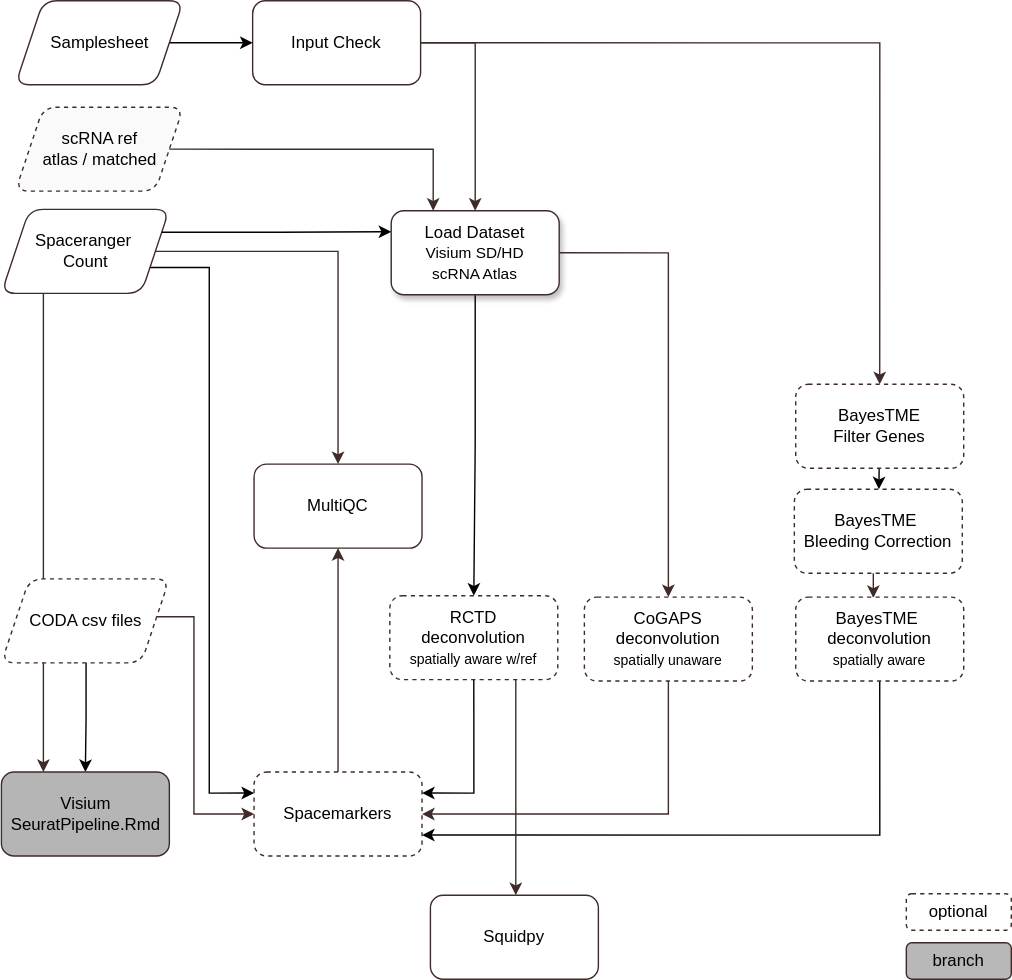
Above: assets/btc-visium.svg in break-through-cancer/btc-spatial-pipelines (draw.io), before the change. Source tidied: cells renumbered, new cells last; positions are measured from the earlier drawing's top-left corner, leaving out a move shared by most shapes.
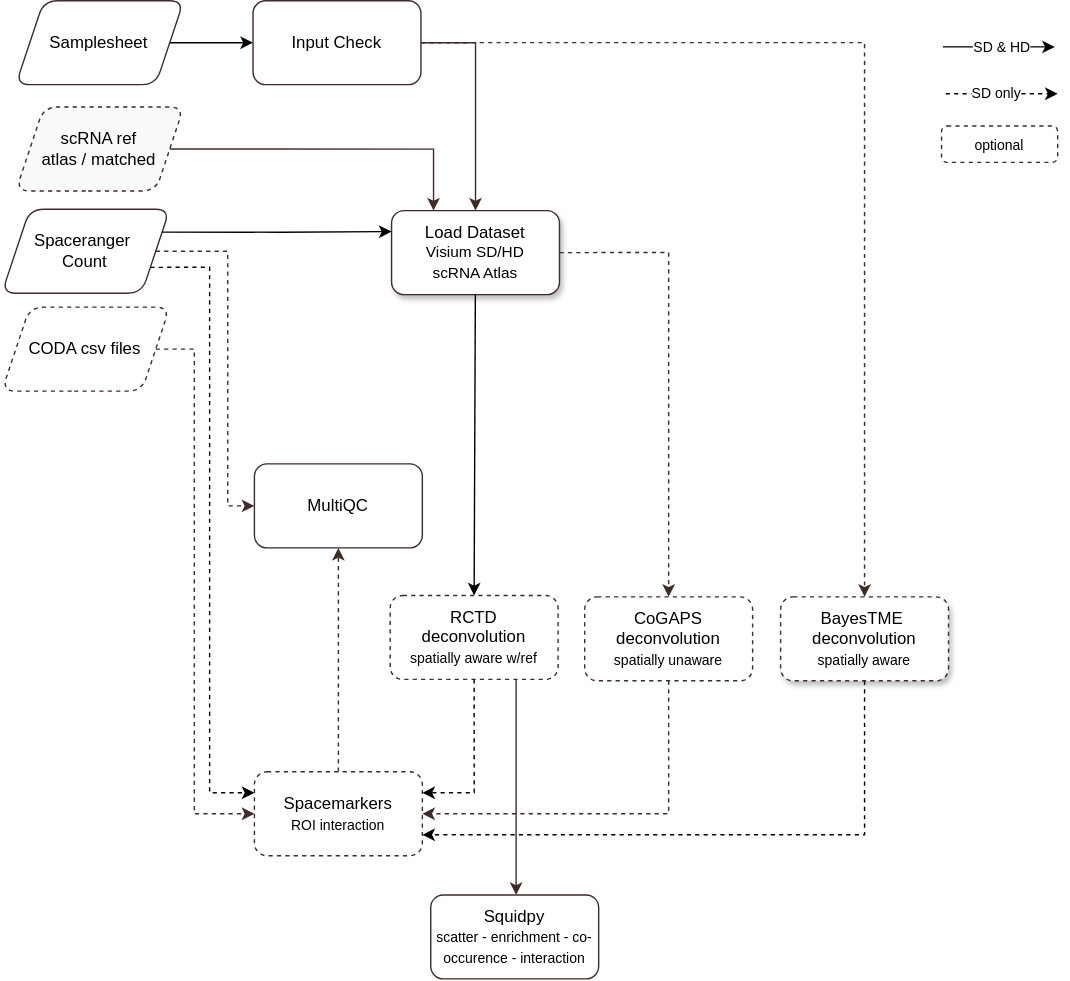
After the commit.

Diff of the diagram source:
```diff
@@ -2,17 +2,15 @@
   <root>
     <mxCell id="0" />
     <mxCell id="1" parent="0" />
-    <mxCell id="2" style="edgeStyle=orthogonalEdgeStyle;rounded=0;jettySize=auto;html=1;strokeColor=#3F2B29;exitX=0.25;exitY=1;exitDx=0;exitDy=0;entryX=0.25;entryY=0;entryDx=0;entryDy=0;" parent="1" edge="1" source="5" target="14">
-      <mxGeometry relative="1" as="geometry" />
-    </mxCell>
-    <mxCell id="3" style="edgeStyle=orthogonalEdgeStyle;rounded=0;jettySize=auto;html=1;strokeColor=#3F2B29;exitX=1;exitY=0.5;exitDx=0;exitDy=0;entryX=0.5;entryY=0;entryDx=0;entryDy=0;" parent="1" edge="1" source="5" target="19">
+    <mxCell id="3" style="edgeStyle=orthogonalEdgeStyle;rounded=0;jettySize=auto;html=1;strokeColor=#3F2B29;exitX=1;exitY=0.5;exitDx=0;exitDy=0;entryX=0;entryY=0.5;entryDx=0;entryDy=0;dashed=1;" parent="1" edge="1" source="5" target="19">
       <mxGeometry relative="1" as="geometry">
         <Array as="points">
-          <mxPoint x="241" y="179" />
+          <mxPoint x="162" y="179" />
+          <mxPoint x="162" y="361" />
         </Array>
       </mxGeometry>
     </mxCell>
-    <mxCell id="4" style="edgeStyle=orthogonalEdgeStyle;rounded=0;jettySize=auto;html=1;exitX=1;exitY=0.75;exitDx=0;exitDy=0;entryX=0;entryY=0.25;entryDx=0;entryDy=0;" parent="1" edge="1" source="5" target="23">
+    <mxCell id="4" style="edgeStyle=orthogonalEdgeStyle;rounded=0;jettySize=auto;html=1;exitX=1;exitY=0.75;exitDx=0;exitDy=0;entryX=0;entryY=0.25;entryDx=0;entryDy=0;dashed=1;" parent="1" edge="1" source="5" target="23">
       <mxGeometry relative="1" as="geometry">
         <Array as="points">
           <mxPoint x="149" y="191" />
@@ -29,45 +27,25 @@
     <mxCell id="7" value="Input Check" style="rounded=1;whiteSpace=wrap;html=1;strokeColor=#3F2B29;" parent="1" vertex="1">
       <mxGeometry x="180" width="120" height="60" as="geometry" />
     </mxCell>
-    <mxCell id="8" style="edgeStyle=orthogonalEdgeStyle;rounded=0;jettySize=auto;html=1;entryX=0.462;entryY=0.01;entryDx=0;entryDy=0;exitX=0.5;exitY=1;exitDx=0;exitDy=0;strokeColor=#3F2B29;entryPerimeter=0;" parent="1" edge="1" source="21" target="17">
-      <mxGeometry relative="1" as="geometry">
-        <Array as="points">
-          <mxPoint x="623" y="378" />
-        </Array>
-      </mxGeometry>
-    </mxCell>
-    <mxCell id="9" style="edgeStyle=none;html=1;" parent="1" edge="1" source="10" target="21">
-      <mxGeometry relative="1" as="geometry" />
-    </mxCell>
-    <mxCell id="10" value="BayesTME&lt;div&gt;Filter Genes&lt;/div&gt;" style="rounded=1;whiteSpace=wrap;html=1;strokeColor=#3F2B29;dashed=1;" parent="1" vertex="1">
-      <mxGeometry x="568" y="274" width="120" height="60" as="geometry" />
-    </mxCell>
-    <mxCell id="11" style="edgeStyle=orthogonalEdgeStyle;rounded=0;jettySize=auto;html=1;exitX=1;exitY=0.5;exitDx=0;exitDy=0;entryX=0;entryY=0.5;entryDx=0;entryDy=0;strokeColor=#3F2B29;" parent="1" edge="1" source="13" target="23">
+    <mxCell id="11" style="edgeStyle=orthogonalEdgeStyle;rounded=0;jettySize=auto;html=1;exitX=1;exitY=0.5;exitDx=0;exitDy=0;entryX=0;entryY=0.5;entryDx=0;entryDy=0;strokeColor=#3F2B29;dashed=1;" parent="1" edge="1" source="13" target="23">
       <mxGeometry relative="1" as="geometry">
         <Array as="points">
-          <mxPoint x="111" y="440" />
-          <mxPoint x="138" y="440" />
+          <mxPoint x="138" y="249" />
           <mxPoint x="138" y="581" />
         </Array>
       </mxGeometry>
     </mxCell>
-    <mxCell id="12" style="edgeStyle=orthogonalEdgeStyle;rounded=0;jettySize=auto;html=1;entryX=0.5;entryY=0;entryDx=0;entryDy=0;exitX=0.504;exitY=0.833;exitDx=0;exitDy=0;exitPerimeter=0;" parent="1" edge="1" source="13" target="14">
-      <mxGeometry relative="1" as="geometry" />
-    </mxCell>
     <mxCell id="13" value="CODA csv files" style="rounded=1;whiteSpace=wrap;html=1;fillColor=default;strokeColor=#3F2B29;shape=parallelogram;boundedLbl=1;perimeter=parallelogramPerimeter;fixedSize=1;dashed=1;" parent="1" vertex="1">
-      <mxGeometry x="0.5" y="413" width="120" height="60" as="geometry" />
+      <mxGeometry x="0.5" y="219" width="120" height="60" as="geometry" />
     </mxCell>
-    <mxCell id="14" value="Visium SeuratPipeline.Rmd" style="rounded=1;whiteSpace=wrap;html=1;fillColor=#B5B5B5;strokeColor=#3F2B29;" parent="1" vertex="1">
-      <mxGeometry x="0.5" y="551" width="120" height="60" as="geometry" />
-    </mxCell>
-    <mxCell id="15" style="edgeStyle=orthogonalEdgeStyle;rounded=0;jettySize=auto;html=1;entryX=0.5;entryY=1;entryDx=0;entryDy=0;strokeColor=#3F2B29;exitX=0.5;exitY=0;exitDx=0;exitDy=0;" parent="1" edge="1" source="23" target="19">
+    <mxCell id="15" style="edgeStyle=orthogonalEdgeStyle;rounded=0;jettySize=auto;html=1;entryX=0.5;entryY=1;entryDx=0;entryDy=0;strokeColor=#3F2B29;exitX=0.5;exitY=0;exitDx=0;exitDy=0;dashed=1;" parent="1" edge="1" source="23" target="19">
       <mxGeometry relative="1" as="geometry" />
     </mxCell>
-    <mxCell id="16" style="edgeStyle=orthogonalEdgeStyle;rounded=0;jettySize=auto;html=1;entryX=1;entryY=0.75;entryDx=0;entryDy=0;exitX=0.5;exitY=1;exitDx=0;exitDy=0;" parent="1" edge="1" source="17" target="23">
+    <mxCell id="16" style="edgeStyle=orthogonalEdgeStyle;rounded=0;jettySize=auto;html=1;entryX=1;entryY=0.75;entryDx=0;entryDy=0;exitX=0.5;exitY=1;exitDx=0;exitDy=0;dashed=1;" parent="1" edge="1" source="17" target="23">
       <mxGeometry relative="1" as="geometry" />
     </mxCell>
-    <mxCell id="17" value="&lt;span style=&quot;color: rgb(0, 0, 0);&quot;&gt;BayesTME&amp;nbsp;&lt;/span&gt;&lt;div style=&quot;scrollbar-color: light-dark(#e2e2e2, #4b4b4b)&lt;br/&gt;&#9;&#9;&#9;&#9;&#9;light-dark(#fbfbfb, var(--dark-panel-color));&quot;&gt;deconvolution&lt;/div&gt;&lt;div style=&quot;scrollbar-color: light-dark(#e2e2e2, #4b4b4b)&lt;br/&gt;&#9;&#9;&#9;&#9;&#9;light-dark(#fbfbfb, var(--dark-panel-color));&quot;&gt;&lt;font style=&quot;font-size: 10px;&quot;&gt;spatially aware&lt;/font&gt;&lt;/div&gt;" style="rounded=1;whiteSpace=wrap;html=1;strokeColor=#3F2B29;dashed=1;" parent="1" vertex="1">
-      <mxGeometry x="568" y="426" width="120" height="60" as="geometry" />
+    <mxCell id="17" value="&lt;span style=&quot;color: rgb(0, 0, 0);&quot;&gt;BayesTME&amp;nbsp;&lt;/span&gt;&lt;div style=&quot;scrollbar-color: light-dark(#e2e2e2, #4b4b4b)&lt;br/&gt;&#9;&#9;&#9;&#9;&#9;light-dark(#fbfbfb, var(--dark-panel-color));&quot;&gt;deconvolution&lt;/div&gt;&lt;div style=&quot;scrollbar-color: light-dark(#e2e2e2, #4b4b4b)&lt;br/&gt;&#9;&#9;&#9;&#9;&#9;light-dark(#fbfbfb, var(--dark-panel-color));&quot;&gt;&lt;font style=&quot;font-size: 10px;&quot;&gt;spatially aware&lt;/font&gt;&lt;/div&gt;" style="rounded=1;whiteSpace=wrap;html=1;strokeColor=#3F2B29;dashed=1;shadow=1;" parent="1" vertex="1">
+      <mxGeometry x="557" y="426" width="120" height="60" as="geometry" />
     </mxCell>
     <mxCell id="18" value="&lt;div&gt;&lt;span style=&quot;color: rgb(0, 0, 0);&quot;&gt;CoGAPS deconvolution&lt;/span&gt;&lt;br&gt;&lt;/div&gt;&lt;div&gt;&lt;font style=&quot;font-size: 10px;&quot; color=&quot;#000000&quot;&gt;spatially unaware&lt;/font&gt;&lt;/div&gt;" style="rounded=1;whiteSpace=wrap;html=1;strokeColor=#3F2B29;dashed=1;" parent="1" vertex="1">
       <mxGeometry x="417" y="426" width="120" height="60" as="geometry" />
@@ -82,13 +60,7 @@
         </Array>
       </mxGeometry>
     </mxCell>
-    <mxCell id="21" value="BayesTME&amp;nbsp;&lt;div&gt;Bleeding Correction&lt;/div&gt;" style="rounded=1;whiteSpace=wrap;html=1;strokeColor=#3F2B29;dashed=1;" parent="1" vertex="1">
-      <mxGeometry x="567" y="349" width="120" height="60" as="geometry" />
-    </mxCell>
-    <mxCell id="22" value="branch" style="rounded=1;whiteSpace=wrap;html=1;fillColor=#B8B8B8;strokeColor=#3F2B29;" parent="1" vertex="1">
-      <mxGeometry x="647" y="673" width="75" height="26" as="geometry" />
-    </mxCell>
-    <mxCell id="23" value="Spacemarkers" style="rounded=1;whiteSpace=wrap;html=1;strokeColor=#3F2B29;dashed=1;" parent="1" vertex="1">
+    <mxCell id="23" value="Spacemarkers&lt;div&gt;&lt;font style=&quot;font-size: 10px;&quot;&gt;ROI interaction&lt;/font&gt;&lt;/div&gt;" style="rounded=1;whiteSpace=wrap;html=1;strokeColor=#3F2B29;dashed=1;" parent="1" vertex="1">
       <mxGeometry x="181" y="551" width="120" height="60" as="geometry" />
     </mxCell>
     <mxCell id="24" style="edgeStyle=orthogonalEdgeStyle;rounded=0;jettySize=auto;html=1;" parent="1" edge="1" source="25" target="7">
@@ -97,49 +69,69 @@
     <mxCell id="25" value="&lt;div&gt;Samplesheet&lt;/div&gt;" style="rounded=1;whiteSpace=wrap;html=1;strokeColor=#3F2B29;shape=parallelogram;boundedLbl=1;perimeter=parallelogramPerimeter;fixedSize=1;" parent="1" vertex="1">
       <mxGeometry x="10.5" width="120" height="60" as="geometry" />
     </mxCell>
+    <mxCell id="38" style="edgeStyle=none;html=1;" parent="1" edge="1">
+      <mxGeometry relative="1" as="geometry">
+        <mxPoint x="673" y="33" as="sourcePoint" />
+        <mxPoint x="753" y="33" as="targetPoint" />
+      </mxGeometry>
+    </mxCell>
+    <mxCell id="39" value="&lt;font style=&quot;font-size: 10px;&quot;&gt;SD &amp;amp; HD&lt;/font&gt;" style="edgeLabel;html=1;align=center;verticalAlign=middle;" parent="38" vertex="1">
+      <mxGeometry x="0.03" y="2" relative="1" as="geometry">
+        <mxPoint y="1" as="offset" />
+      </mxGeometry>
+    </mxCell>
-    <mxCell id="26" value="Squidpy" style="rounded=1;whiteSpace=wrap;html=1;strokeColor=#3F2B29;" parent="1" vertex="1">
+    <mxCell id="26" value="Squidpy&lt;div&gt;&lt;font style=&quot;font-size: 10px;&quot;&gt;scatter - enrichment - co-occurence - interaction&lt;/font&gt;&lt;/div&gt;" style="rounded=1;whiteSpace=wrap;html=1;strokeColor=#3F2B29;" parent="1" vertex="1">
       <mxGeometry x="307" y="639" width="120" height="60" as="geometry" />
     </mxCell>
-    <mxCell id="27" value="optional" style="rounded=1;whiteSpace=wrap;html=1;fillColor=#FFFFFF;strokeColor=#3F2B29;dashed=1;" parent="1" vertex="1">
-      <mxGeometry x="647" y="638" width="75" height="26" as="geometry" />
+    <mxCell id="27" value="&lt;font style=&quot;font-size: 10px;&quot;&gt;optional&lt;/font&gt;" style="rounded=1;whiteSpace=wrap;html=1;fillColor=#FFFFFF;strokeColor=#3F2B29;dashed=1;" parent="1" vertex="1">
+      <mxGeometry x="672" y="89.5" width="83" height="26" as="geometry" />
     </mxCell>
     <mxCell id="28" value="scRNA ref&lt;div&gt;atlas / matched&lt;/div&gt;" style="rounded=1;whiteSpace=wrap;html=1;fillColor=#FAFAFA;strokeColor=#3F2B29;shape=parallelogram;boundedLbl=1;perimeter=parallelogramPerimeter;fixedSize=1;dashed=1;" parent="1" vertex="1">
       <mxGeometry x="10.5" y="76" width="120" height="60" as="geometry" />
     </mxCell>
-    <mxCell id="29" style="edgeStyle=orthogonalEdgeStyle;html=1;exitX=0.5;exitY=1;exitDx=0;exitDy=0;entryX=0.5;entryY=0;entryDx=0;entryDy=0;" parent="1" edge="1" source="32" target="30">
-      <mxGeometry relative="1" as="geometry" />
-    </mxCell>
     <mxCell id="30" value="&lt;div style=&quot;scrollbar-color: light-dark(#e2e2e2, #4b4b4b)&lt;br/&gt;&#9;&#9;&#9;&#9;&#9;light-dark(#fbfbfb, var(--dark-panel-color));&quot;&gt;&lt;font color=&quot;#000000&quot;&gt;RCTD&lt;/font&gt;&lt;/div&gt;&lt;div style=&quot;scrollbar-color: light-dark(#e2e2e2, #4b4b4b)&lt;br/&gt;&#9;&#9;&#9;&#9;&#9;light-dark(#fbfbfb, var(--dark-panel-color));&quot;&gt;deconvolution&lt;/div&gt;&lt;div style=&quot;scrollbar-color: light-dark(#e2e2e2, #4b4b4b)&lt;br/&gt;&#9;&#9;&#9;&#9;&#9;light-dark(#fbfbfb, var(--dark-panel-color));&quot;&gt;&lt;font style=&quot;font-size: 10px;&quot;&gt;spatially aware w/ref&lt;/font&gt;&lt;/div&gt;" style="rounded=1;whiteSpace=wrap;html=1;strokeColor=#3F2B29;dashed=1;fillColor=none;" parent="1" vertex="1">
       <mxGeometry x="278" y="425" width="120" height="60" as="geometry" />
     </mxCell>
-    <mxCell id="31" style="edgeStyle=orthogonalEdgeStyle;rounded=0;jettySize=auto;html=1;exitX=0.5;exitY=1;exitDx=0;exitDy=0;entryX=1;entryY=0.25;entryDx=0;entryDy=0;" parent="1" edge="1" source="30" target="23">
+    <mxCell id="31" style="edgeStyle=orthogonalEdgeStyle;rounded=0;jettySize=auto;html=1;exitX=0.5;exitY=1;exitDx=0;exitDy=0;entryX=1;entryY=0.25;entryDx=0;entryDy=0;dashed=1;" parent="1" edge="1" source="30" target="23">
       <mxGeometry relative="1" as="geometry" />
     </mxCell>
+    <mxCell id="29" style="edgeStyle=none;html=1;entryX=0.5;entryY=0;entryDx=0;entryDy=0;dotted=1;" parent="1" edge="1" source="32" target="30">
+      <mxGeometry relative="1" as="geometry" />
+    </mxCell>
     <mxCell id="32" value="Load Dataset&lt;div&gt;&lt;font style=&quot;font-size: 11px;&quot;&gt;Visium SD/HD&lt;/font&gt;&lt;/div&gt;&lt;div&gt;&lt;font style=&quot;font-size: 11px;&quot;&gt;scRNA Atlas&lt;/font&gt;&lt;/div&gt;" style="rounded=1;whiteSpace=wrap;html=1;strokeColor=#3F2B29;dashed=0;shadow=1;" parent="1" vertex="1">
       <mxGeometry x="279" y="150" width="120" height="60" as="geometry" />
     </mxCell>
     <mxCell id="33" style="edgeStyle=orthogonalEdgeStyle;rounded=0;jettySize=auto;html=1;exitX=1;exitY=0.25;exitDx=0;exitDy=0;entryX=0;entryY=0.25;entryDx=0;entryDy=0;" parent="1" edge="1" source="5" target="32">
       <mxGeometry relative="1" as="geometry" />
     </mxCell>
-    <mxCell id="34" style="edgeStyle=orthogonalEdgeStyle;rounded=0;jettySize=auto;html=1;strokeColor=#3F2B29;exitX=1;exitY=0.5;exitDx=0;exitDy=0;entryX=0.5;entryY=0;entryDx=0;entryDy=0;" parent="1" edge="1" source="32" target="18">
+    <mxCell id="34" style="edgeStyle=orthogonalEdgeStyle;rounded=0;jettySize=auto;html=1;strokeColor=#3F2B29;exitX=1;exitY=0.5;exitDx=0;exitDy=0;entryX=0.5;entryY=0;entryDx=0;entryDy=0;dashed=1;" parent="1" edge="1" source="32" target="18">
       <mxGeometry relative="1" as="geometry">
         <Array as="points">
           <mxPoint x="477" y="180" />
         </Array>
       </mxGeometry>
     </mxCell>
-    <mxCell id="35" style="edgeStyle=orthogonalEdgeStyle;rounded=0;jettySize=auto;html=1;strokeColor=#3F2B29;exitX=1;exitY=0.5;exitDx=0;exitDy=0;entryX=0.5;entryY=0;entryDx=0;entryDy=0;" parent="1" edge="1" source="7" target="10">
+    <mxCell id="35" style="edgeStyle=orthogonalEdgeStyle;rounded=0;jettySize=auto;html=1;strokeColor=#3F2B29;exitX=1;exitY=0.5;exitDx=0;exitDy=0;entryX=0.5;entryY=0;entryDx=0;entryDy=0;dashed=1;" parent="1" edge="1" source="7" target="17">
       <mxGeometry relative="1" as="geometry">
         <Array as="points">
-          <mxPoint x="628" y="30" />
+          <mxPoint x="617" y="30" />
         </Array>
       </mxGeometry>
     </mxCell>
-    <mxCell id="36" style="edgeStyle=orthogonalEdgeStyle;rounded=0;jettySize=auto;html=1;strokeColor=#3F2B29;exitX=0.5;exitY=1;exitDx=0;exitDy=0;entryX=1;entryY=0.5;entryDx=0;entryDy=0;" parent="1" edge="1" source="18" target="23">
+    <mxCell id="36" style="edgeStyle=orthogonalEdgeStyle;rounded=0;jettySize=auto;html=1;strokeColor=#3F2B29;exitX=0.5;exitY=1;exitDx=0;exitDy=0;entryX=1;entryY=0.5;entryDx=0;entryDy=0;dashed=1;" parent="1" edge="1" source="18" target="23">
       <mxGeometry relative="1" as="geometry" />
     </mxCell>
     <mxCell id="37" style="edgeStyle=orthogonalEdgeStyle;rounded=0;jettySize=auto;html=1;strokeColor=#3F2B29;exitX=1;exitY=0.5;exitDx=0;exitDy=0;entryX=0.25;entryY=0;entryDx=0;entryDy=0;" parent="1" edge="1" source="28" target="32">
       <mxGeometry relative="1" as="geometry" />
     </mxCell>
+    <mxCell id="40" style="edgeStyle=none;html=1;dashed=1;" parent="1" edge="1">
+      <mxGeometry relative="1" as="geometry">
+        <mxPoint x="675" y="66.5" as="sourcePoint" />
+        <mxPoint x="755" y="66.5" as="targetPoint" />
+      </mxGeometry>
+    </mxCell>
+    <mxCell id="41" value="&lt;font style=&quot;font-size: 10px;&quot;&gt;SD only&lt;/font&gt;" style="edgeLabel;html=1;align=center;verticalAlign=middle;" parent="40" vertex="1">
+      <mxGeometry x="-0.1" y="1" relative="1" as="geometry" />
+    </mxCell>
   </root>
 </mxGraphModel>
```
